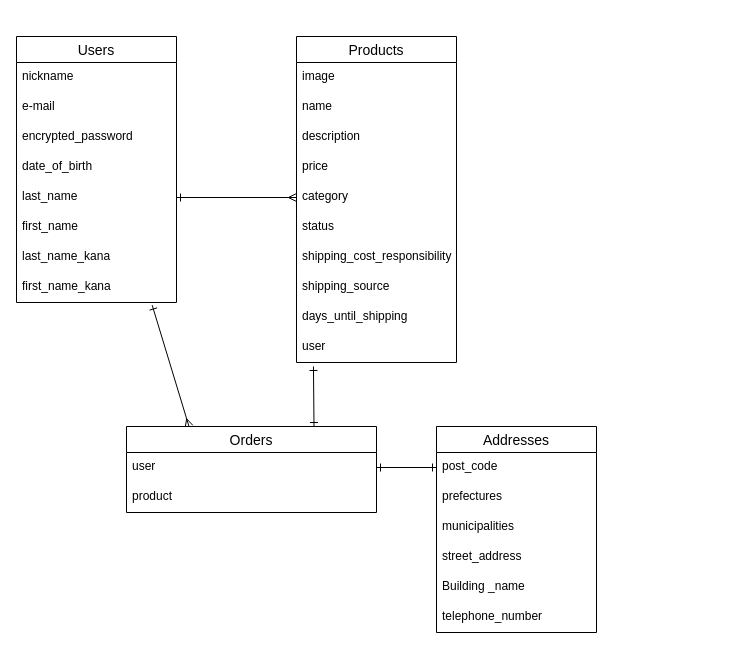
Above: データベース設計.dio in manabiii775/furima-41739 (draw.io), before the change. Source tidied: cells renumbered, new cells numbered last; positions are measured from the earlier drawing's top-left corner, leaving out a move shared by most shapes. Both pictures are drawn from the tidied source at 100%, with x=0, y=0 at pixel (16, 36).
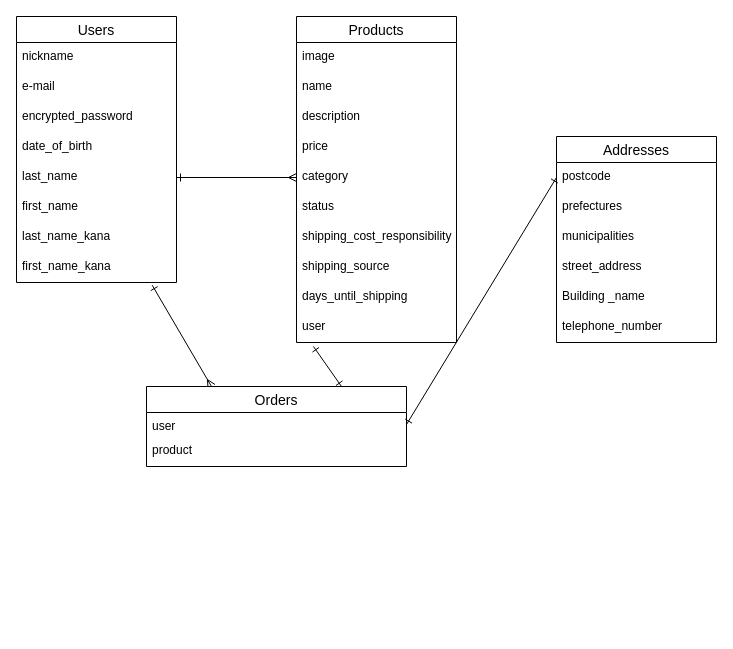
After the change.

Commit message (it also covers changes not shown here):
データベース設計修正

Unchanged cells that the change refers to:
```xml
<mxCell id="7" value="last_name" style="text;strokeColor=none;fillColor=none;spacingLeft=4;spacingRight=4;overflow=hidden;points=[[0,0.5],[1,0.5]];portConstraint=eastwest;fontSize=12;" parent="2" vertex="1">
  <mxGeometry y="146" width="160" height="30" as="geometry" />
</mxCell>
<mxCell id="16" value="category" style="text;strokeColor=none;fillColor=none;spacingLeft=4;spacingRight=4;overflow=hidden;points=[[0,0.5],[1,0.5]];portConstraint=eastwest;fontSize=12;" parent="11" vertex="1">
  <mxGeometry y="146" width="160" height="30" as="geometry" />
</mxCell>
```

The edit, as a diff of the source:
```diff
@@
     <mxCell id="2" value="Users" style="swimlane;fontStyle=0;horizontal=1;startSize=26;align=center;fontSize=14;" parent="1" vertex="1">
-      <mxGeometry width="160" height="266" as="geometry" />
+      <mxGeometry y="-20" width="160" height="266" as="geometry" />
     </mxCell>
@@
     <mxCell id="11" value="Products" style="swimlane;fontStyle=0;horizontal=1;startSize=26;align=center;fontSize=14;" parent="1" vertex="1">
-      <mxGeometry x="280" width="160" height="326" as="geometry" />
+      <mxGeometry x="280" y="-20" width="160" height="326" as="geometry" />
     </mxCell>
@@
     <mxCell id="24" value="Orders" style="swimlane;fontStyle=0;horizontal=1;startSize=26;align=center;fontSize=14;" parent="1" vertex="1">
-      <mxGeometry x="110" y="390" width="250" height="86" as="geometry" />
+      <mxGeometry x="130" y="350" width="260" height="80" as="geometry" />
     </mxCell>
     <mxCell id="25" value="user" style="text;strokeColor=none;fillColor=none;spacingLeft=4;spacingRight=4;overflow=hidden;points=[[0,0.5],[1,0.5]];portConstraint=eastwest;fontSize=12;" parent="24" vertex="1">
-      <mxGeometry y="26" width="250" height="30" as="geometry" />
+      <mxGeometry y="26" width="260" height="24" as="geometry" />
     </mxCell>
     <mxCell id="26" value="product" style="text;strokeColor=none;fillColor=none;spacingLeft=4;spacingRight=4;overflow=hidden;fontSize=12;" parent="24" vertex="1">
-      <mxGeometry y="56" width="250" height="30" as="geometry" />
+      <mxGeometry y="50" width="260" height="30" as="geometry" />
     </mxCell>
     <mxCell id="27" value="Addresses" style="swimlane;fontStyle=0;horizontal=1;startSize=26;align=center;fontSize=14;" parent="1" vertex="1">
-      <mxGeometry x="420" y="390" width="160" height="206" as="geometry" />
+      <mxGeometry x="540" y="100" width="160" height="206" as="geometry" />
     </mxCell>
-    <mxCell id="28" value="post_code" style="text;strokeColor=none;fillColor=none;spacingLeft=4;spacingRight=4;overflow=hidden;points=[[0,0.5],[1,0.5]];portConstraint=eastwest;fontSize=12;" parent="27" vertex="1">
+    <mxCell id="28" value="postcode" style="text;strokeColor=none;fillColor=none;spacingLeft=4;spacingRight=4;overflow=hidden;points=[[0,0.5],[1,0.5]];portConstraint=eastwest;fontSize=12;" parent="27" vertex="1">
       <mxGeometry y="26" width="160" height="30" as="geometry" />
     </mxCell>
@@
-    <mxCell id="34" style="edgeStyle=none;html=1;exitX=1;exitY=0.5;exitDx=0;exitDy=0;strokeColor=default;startArrow=ERone;startFill=0;endArrow=ERmany;endFill=0;" parent="1" edge="1" target="16">
-      <mxGeometry relative="1" as="geometry">
-        <mxPoint x="160" y="161" as="sourcePoint" />
-      </mxGeometry>
+    <mxCell id="34" style="edgeStyle=none;html=1;exitX=1;exitY=0.5;exitDx=0;exitDy=0;strokeColor=default;startArrow=ERone;startFill=0;endArrow=ERmany;endFill=0;" parent="1" edge="1" source="7" target="16">
+      <mxGeometry relative="1" as="geometry" />
     </mxCell>
```
